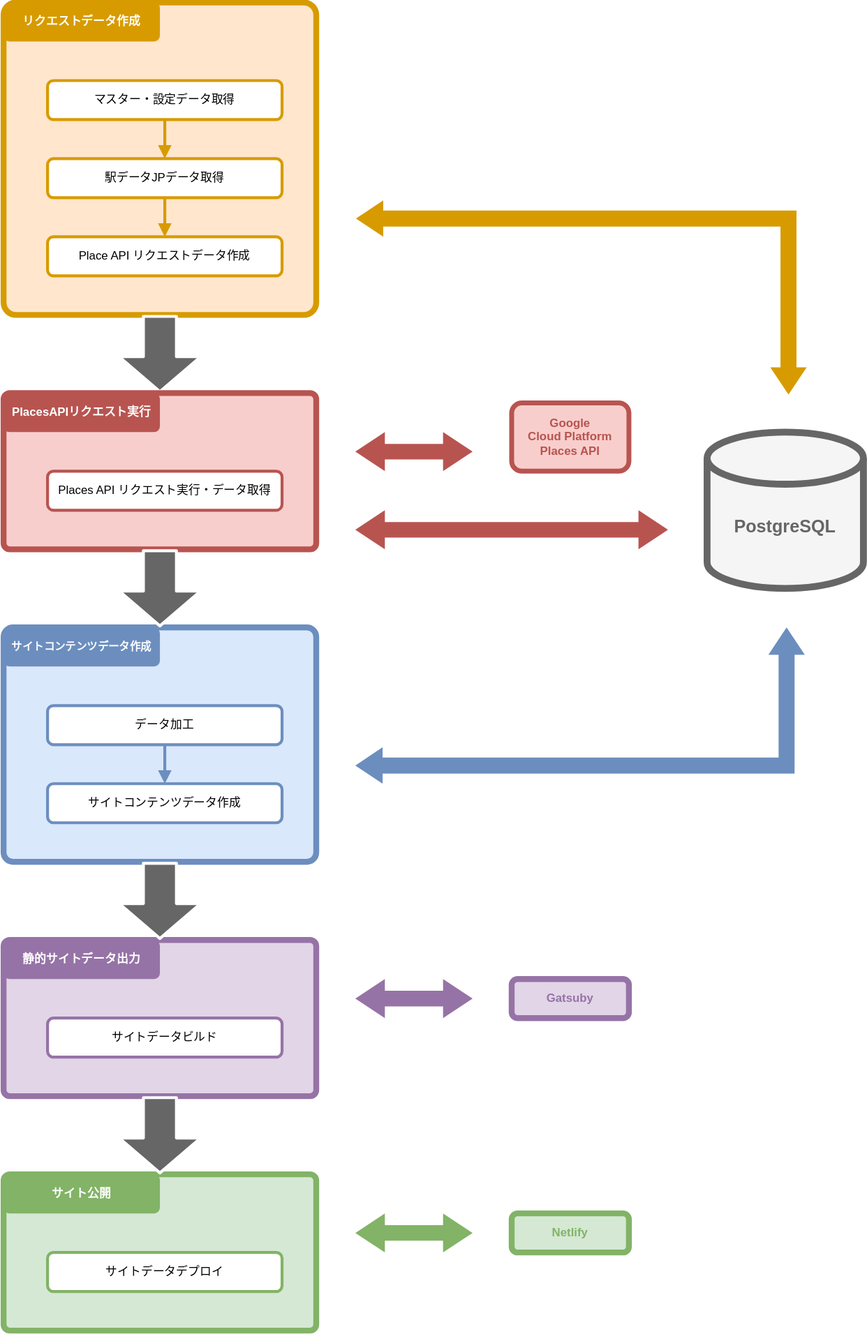
The draw.io diagram doc/201_設計/01510101_全体設計イメージ.drawio.svg in take4bcreators/cafe-train-prj, before a commit. Source tidied: cells renumbered, new cells last; positions are measured from the earlier drawing's top-left corner, leaving out a move shared by most shapes.
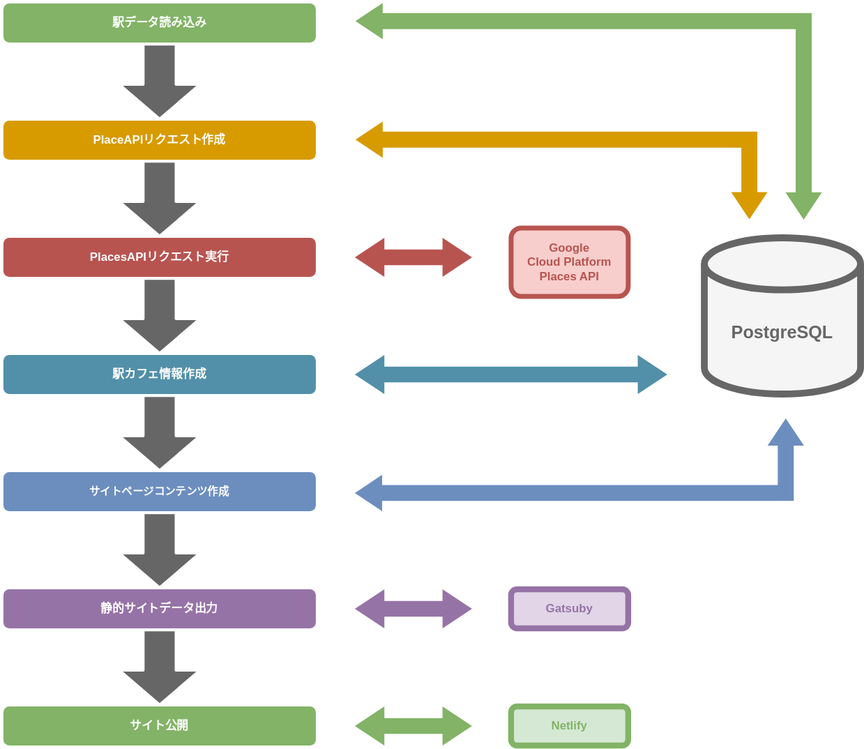
Above is the later version.

Commit message:
全体イメージ修正 #36

What changed in the source:
```diff
@@ -2,112 +2,77 @@
   <root>
     <mxCell id="0" />
     <mxCell id="1" parent="0" />
-    <mxCell id="2" style="rounded=1;whiteSpace=wrap;html=1;fillColor=#ffe6cc;strokeColor=#d79b00;strokeWidth=6;arcSize=4;" parent="1" vertex="1">
-      <mxGeometry width="320" height="320" as="geometry" />
-    </mxCell>
-    <mxCell id="3" value="マスター・設定データ取得" style="rounded=1;whiteSpace=wrap;html=1;fillColor=#FFFFFF;strokeColor=#D79B00;strokeWidth=3;" parent="1" vertex="1">
-      <mxGeometry x="45" y="80" width="240" height="40" as="geometry" />
-    </mxCell>
-    <mxCell id="4" value="リクエストデータ作成" style="rounded=1;whiteSpace=wrap;html=1;fillColor=#D79B00;strokeColor=none;strokeWidth=6;fontStyle=1;fontColor=#FFFFFF;" parent="1" vertex="1">
-      <mxGeometry width="160" height="40" as="geometry" />
+    <mxCell id="4" value="PlaceAPIリクエスト作成" style="rounded=1;whiteSpace=wrap;html=1;fillColor=#D79B00;strokeColor=none;strokeWidth=6;fontStyle=1;fontColor=#FFFFFF;" parent="1" vertex="1">
+      <mxGeometry y="280" width="320" height="40" as="geometry" />
     </mxCell>
-    <mxCell id="5" style="edgeStyle=none;html=1;exitX=0.5;exitY=1;exitDx=0;exitDy=0;fontColor=#FFFFFF;endArrow=block;endFill=1;strokeColor=#D79B00;strokeWidth=3;" parent="1" edge="1" source="6" target="7">
-      <mxGeometry relative="1" as="geometry" />
-    </mxCell>
-    <mxCell id="6" value="駅データJPデータ取得" style="rounded=1;whiteSpace=wrap;html=1;fillColor=#FFFFFF;strokeColor=#D79B00;strokeWidth=3;" parent="1" vertex="1">
-      <mxGeometry x="45" y="160" width="240" height="40" as="geometry" />
-    </mxCell>
-    <mxCell id="7" value="Place API リクエストデータ作成" style="rounded=1;whiteSpace=wrap;html=1;fillColor=#FFFFFF;strokeColor=#D79B00;strokeWidth=3;" parent="1" vertex="1">
-      <mxGeometry x="45" y="240" width="240" height="40" as="geometry" />
-    </mxCell>
-    <mxCell id="8" style="rounded=1;whiteSpace=wrap;html=1;fillColor=#e1d5e7;strokeColor=#9673a6;strokeWidth=6;arcSize=4;" parent="1" vertex="1">
-      <mxGeometry y="960" width="320" height="160" as="geometry" />
-    </mxCell>
     <mxCell id="9" value="静的サイトデータ出力" style="rounded=1;whiteSpace=wrap;html=1;fillColor=#9673A6;strokeColor=none;strokeWidth=6;fontStyle=1;fontColor=#FFFFFF;" parent="1" vertex="1">
-      <mxGeometry y="960" width="160" height="40" as="geometry" />
+      <mxGeometry y="760" width="320" height="40" as="geometry" />
     </mxCell>
-    <mxCell id="10" style="endArrow=block;html=1;fontColor=#FFFFFF;strokeColor=#D79B00;strokeWidth=3;endFill=1;exitX=0.5;exitY=1;exitDx=0;exitDy=0;entryX=0.5;entryY=0;entryDx=0;entryDy=0;" parent="1" edge="1" source="3" target="6">
-      <mxGeometry relative="1" as="geometry" />
-    </mxCell>
-    <mxCell id="11" value="サイトデータビルド" style="rounded=1;whiteSpace=wrap;html=1;fillColor=#FFFFFF;strokeColor=#9673a6;strokeWidth=3;" parent="1" vertex="1">
-      <mxGeometry x="45" y="1040" width="240" height="40" as="geometry" />
-    </mxCell>
-    <mxCell id="12" style="shape=flexArrow;endArrow=classic;html=1;fontColor=#FFFFFF;strokeColor=#FFFFFF;strokeWidth=3;width=31.818181818181817;endSize=10.909090909090908;endWidth=46.52892561983471;fillColor=#666666;exitX=0.5;exitY=1;exitDx=0;exitDy=0;entryX=0.5;entryY=0;entryDx=0;entryDy=0;" parent="1" edge="1" source="2" target="17">
+    <mxCell id="12" style="shape=flexArrow;endArrow=classic;html=1;fontColor=#FFFFFF;strokeColor=#FFFFFF;strokeWidth=3;width=31.818181818181817;endSize=10.909090909090908;endWidth=46.52892561983471;fillColor=#666666;" parent="1" edge="1" source="4" target="19">
       <mxGeometry relative="1" as="geometry" />
     </mxCell>
-    <mxCell id="13" style="rounded=1;whiteSpace=wrap;html=1;fillColor=#d5e8d4;strokeColor=#82b366;strokeWidth=6;arcSize=4;" parent="1" vertex="1">
-      <mxGeometry y="1200" width="320" height="160" as="geometry" />
-    </mxCell>
     <mxCell id="14" value="サイト公開" style="rounded=1;whiteSpace=wrap;html=1;fillColor=#82B366;strokeColor=none;strokeWidth=6;fontStyle=1;fontColor=#FFFFFF;" parent="1" vertex="1">
-      <mxGeometry y="1200" width="160" height="40" as="geometry" />
+      <mxGeometry y="880" width="320" height="40" as="geometry" />
     </mxCell>
-    <mxCell id="15" value="サイトデータデプロイ" style="rounded=1;whiteSpace=wrap;html=1;fillColor=#FFFFFF;strokeColor=#82b366;strokeWidth=3;" parent="1" vertex="1">
-      <mxGeometry x="45" y="1280" width="240" height="40" as="geometry" />
-    </mxCell>
-    <mxCell id="16" style="shape=flexArrow;endArrow=classic;html=1;fontColor=#FFFFFF;strokeColor=#FFFFFF;strokeWidth=3;exitX=0.5;exitY=1;exitDx=0;exitDy=0;entryX=0.5;entryY=0;entryDx=0;entryDy=0;width=31.818181818181817;endSize=10.909090909090908;endWidth=46.52892561983471;fillColor=#666666;" parent="1" edge="1" source="8" target="13">
+    <mxCell id="16" style="shape=flexArrow;endArrow=classic;html=1;fontColor=#FFFFFF;strokeColor=#FFFFFF;strokeWidth=3;width=31.818181818181817;endSize=10.909090909090908;endWidth=46.52892561983471;fillColor=#666666;" parent="1" edge="1" source="9" target="14">
       <mxGeometry relative="1" as="geometry" />
     </mxCell>
-    <mxCell id="17" style="rounded=1;whiteSpace=wrap;html=1;fillColor=#f8cecc;strokeColor=#b85450;strokeWidth=6;arcSize=4;" parent="1" vertex="1">
-      <mxGeometry y="400" width="320" height="160" as="geometry" />
-    </mxCell>
-    <mxCell id="18" value="Places API リクエスト実行・データ取得" style="rounded=1;whiteSpace=wrap;html=1;fillColor=#FFFFFF;strokeColor=#B85450;strokeWidth=3;" parent="1" vertex="1">
-      <mxGeometry x="45" y="480" width="240" height="40" as="geometry" />
-    </mxCell>
     <mxCell id="19" value="PlacesAPIリクエスト実行" style="rounded=1;whiteSpace=wrap;html=1;fillColor=#B85450;strokeColor=none;strokeWidth=6;fontStyle=1;fontColor=#FFFFFF;" parent="1" vertex="1">
-      <mxGeometry y="400" width="160" height="40" as="geometry" />
+      <mxGeometry y="400" width="320" height="40" as="geometry" />
     </mxCell>
-    <mxCell id="20" style="rounded=1;whiteSpace=wrap;html=1;fillColor=#dae8fc;strokeColor=#6c8ebf;strokeWidth=6;arcSize=4;" parent="1" vertex="1">
-      <mxGeometry y="640" width="320" height="240" as="geometry" />
-    </mxCell>
-    <mxCell id="21" value="データ加工" style="rounded=1;whiteSpace=wrap;html=1;fillColor=#FFFFFF;strokeColor=#6c8ebf;strokeWidth=3;" parent="1" vertex="1">
-      <mxGeometry x="45" y="720" width="240" height="40" as="geometry" />
-    </mxCell>
-    <mxCell id="22" value="サイトコンテンツデータ作成" style="rounded=1;whiteSpace=wrap;html=1;fillColor=#6C8EBF;strokeColor=none;strokeWidth=6;fontColor=#FFFFFF;fontStyle=1;fontSize=11;" parent="1" vertex="1">
-      <mxGeometry y="640" width="160" height="40" as="geometry" />
+    <mxCell id="22" value="サイトページコンテンツ作成" style="rounded=1;whiteSpace=wrap;html=1;fillColor=#6C8EBF;strokeColor=none;strokeWidth=6;fontColor=#FFFFFF;fontStyle=1;fontSize=11;" parent="1" vertex="1">
+      <mxGeometry y="640" width="320" height="40" as="geometry" />
     </mxCell>
-    <mxCell id="23" style="edgeStyle=none;html=1;fontColor=#FFFFFF;endArrow=block;endFill=1;strokeColor=#6C8EBF;strokeWidth=3;" parent="1" edge="1" target="24">
-      <mxGeometry relative="1" as="geometry">
-        <mxPoint x="165" y="760" as="sourcePoint" />
-      </mxGeometry>
-    </mxCell>
-    <mxCell id="24" value="サイトコンテンツデータ作成" style="rounded=1;whiteSpace=wrap;html=1;fillColor=#FFFFFF;strokeColor=#6c8ebf;strokeWidth=3;" parent="1" vertex="1">
-      <mxGeometry x="45" y="800" width="240" height="40" as="geometry" />
-    </mxCell>
-    <mxCell id="25" style="shape=flexArrow;endArrow=classic;html=1;fontColor=#FFFFFF;strokeColor=#FFFFFF;strokeWidth=3;width=31.818181818181817;endSize=10.909090909090908;endWidth=46.52892561983471;fillColor=#666666;exitX=0.5;exitY=1;exitDx=0;exitDy=0;entryX=0.5;entryY=0;entryDx=0;entryDy=0;" parent="1" edge="1" source="17" target="20">
+    <mxCell id="25" style="shape=flexArrow;endArrow=classic;html=1;fontColor=#FFFFFF;strokeColor=#FFFFFF;strokeWidth=3;width=31.818181818181817;endSize=10.909090909090908;endWidth=46.52892561983471;fillColor=#666666;" parent="1" edge="1" source="19" target="39">
       <mxGeometry relative="1" as="geometry" />
     </mxCell>
-    <mxCell id="26" style="shape=flexArrow;endArrow=classic;html=1;fontColor=#FFFFFF;strokeColor=#FFFFFF;strokeWidth=3;width=31.818181818181817;endSize=10.909090909090908;endWidth=46.52892561983471;fillColor=#666666;exitX=0.5;exitY=1;exitDx=0;exitDy=0;entryX=0.5;entryY=0;entryDx=0;entryDy=0;" parent="1" edge="1" source="20" target="8">
+    <mxCell id="26" style="shape=flexArrow;endArrow=classic;html=1;fontColor=#FFFFFF;strokeColor=#FFFFFF;strokeWidth=3;width=31.818181818181817;endSize=10.909090909090908;endWidth=46.52892561983471;fillColor=#666666;" parent="1" edge="1" source="22" target="9">
       <mxGeometry relative="1" as="geometry" />
     </mxCell>
     <mxCell id="27" style="html=1;shadow=0;dashed=0;align=center;verticalAlign=middle;shape=mxgraph.arrows2.twoWayArrow;dy=0.6;dx=30.22;fontSize=16;strokeWidth=5;fillColor=#9673A6;strokeColor=none;" parent="1" vertex="1">
-      <mxGeometry x="360" y="1000" width="120" height="40" as="geometry" />
+      <mxGeometry x="360" y="760" width="120" height="40" as="geometry" />
     </mxCell>
     <mxCell id="28" value="Gatsuby" style="rounded=1;whiteSpace=wrap;html=1;fillColor=#e1d5e7;strokeColor=#9673a6;strokeWidth=6;fontStyle=1;fontColor=#9673A6;" parent="1" vertex="1">
-      <mxGeometry x="520" y="1000" width="120" height="40" as="geometry" />
+      <mxGeometry x="520" y="760" width="120" height="40" as="geometry" />
     </mxCell>
     <mxCell id="29" style="html=1;shadow=0;dashed=0;align=center;verticalAlign=middle;shape=mxgraph.arrows2.twoWayArrow;dy=0.6;dx=30.22;fontSize=16;strokeWidth=5;fillColor=#82B366;strokeColor=none;" parent="1" vertex="1">
-      <mxGeometry x="360" y="1240" width="120" height="40" as="geometry" />
+      <mxGeometry x="360" y="880" width="120" height="40" as="geometry" />
     </mxCell>
     <mxCell id="30" value="Netlify" style="rounded=1;whiteSpace=wrap;html=1;fillColor=#d5e8d4;strokeColor=#82b366;strokeWidth=6;fontStyle=1;fontColor=#82B366;" parent="1" vertex="1">
-      <mxGeometry x="520" y="1240" width="120" height="40" as="geometry" />
+      <mxGeometry x="520" y="880" width="120" height="40" as="geometry" />
     </mxCell>
     <mxCell id="31" style="html=1;shadow=0;dashed=0;align=center;verticalAlign=middle;shape=mxgraph.arrows2.twoWayArrow;dy=0.6;dx=30.22;fontSize=16;strokeWidth=5;fillColor=#B85450;strokeColor=none;" parent="1" vertex="1">
-      <mxGeometry x="360" y="440" width="120" height="40" as="geometry" />
+      <mxGeometry x="360" y="400" width="120" height="40" as="geometry" />
     </mxCell>
     <mxCell id="32" value="&lt;span&gt;Google&lt;br&gt;Cloud Platform&lt;/span&gt;&lt;br&gt;&lt;span&gt;Places API&lt;/span&gt;" style="rounded=1;whiteSpace=wrap;html=1;fillColor=#f8cecc;strokeColor=#b85450;strokeWidth=5;fontStyle=1;fontColor=#B85450;" parent="1" vertex="1">
-      <mxGeometry x="520" y="410" width="120" height="70" as="geometry" />
+      <mxGeometry x="520" y="390" width="120" height="70" as="geometry" />
     </mxCell>
     <mxCell id="33" value="&lt;span style=&quot;font-size: 18px;&quot;&gt;&lt;font style=&quot;font-size: 18px;&quot;&gt;PostgreSQL&lt;/font&gt;&lt;/span&gt;" style="strokeWidth=7;html=1;shape=mxgraph.flowchart.database;whiteSpace=wrap;fontSize=18;fillColor=#f5f5f5;strokeColor=#666666;verticalAlign=middle;spacingBottom=0;spacingTop=33;fontColor=#666666;fontStyle=1;" parent="1" vertex="1">
-      <mxGeometry x="720" y="440" width="160" height="160" as="geometry" />
+      <mxGeometry x="718" y="400" width="160" height="160" as="geometry" />
     </mxCell>
     <mxCell id="34" style="html=1;shadow=0;dashed=0;align=center;verticalAlign=middle;shape=mxgraph.arrows2.bendDoubleArrow;dy=8.18;dx=27.91;arrowHead=37.27;rounded=0;fontSize=16;fontColor=#B85450;strokeColor=none;strokeWidth=5;fillColor=#6C8EBF;rotation=-180;" parent="1" vertex="1">
-      <mxGeometry x="360" y="640" width="460" height="160" as="geometry" />
+      <mxGeometry x="360" y="585" width="460" height="95" as="geometry" />
     </mxCell>
     <mxCell id="35" style="html=1;shadow=0;dashed=0;align=center;verticalAlign=middle;shape=mxgraph.arrows2.bendDoubleArrow;dy=8.18;dx=27.91;arrowHead=37.27;rounded=0;fontSize=16;fontColor=#B85450;strokeColor=none;strokeWidth=5;fillColor=#D79B00;rotation=90;" parent="1" vertex="1">
-      <mxGeometry x="491.9" y="71.4" width="198.8" height="461.3" as="geometry" />
+      <mxGeometry x="521.5" y="119.9" width="100.3" height="422.1" as="geometry" />
     </mxCell>
-    <mxCell id="36" style="html=1;shadow=0;dashed=0;align=center;verticalAlign=middle;shape=mxgraph.arrows2.twoWayArrow;dy=0.6;dx=30.22;fontSize=16;strokeWidth=5;fillColor=#B85450;strokeColor=none;" parent="1" vertex="1">
+    <mxCell id="36" style="html=1;shadow=0;dashed=0;align=center;verticalAlign=middle;shape=mxgraph.arrows2.twoWayArrow;dy=0.6;dx=30.22;fontSize=16;strokeWidth=5;fillColor=#528FA8;strokeColor=none;" parent="1" vertex="1">
       <mxGeometry x="360" y="520" width="320" height="40" as="geometry" />
     </mxCell>
+    <mxCell id="37" value="駅データ読み込み" style="rounded=1;whiteSpace=wrap;html=1;fillColor=#82B366;strokeColor=none;strokeWidth=6;fontStyle=1;fontColor=#FFFFFF;" parent="1" vertex="1">
+      <mxGeometry y="160" width="320" height="40" as="geometry" />
+    </mxCell>
+    <mxCell id="38" style="shape=flexArrow;endArrow=classic;html=1;fontColor=#FFFFFF;strokeColor=#FFFFFF;strokeWidth=3;width=31.818181818181817;endSize=10.909090909090908;endWidth=46.52892561983471;fillColor=#666666;" parent="1" edge="1" source="37" target="4">
+      <mxGeometry relative="1" as="geometry" />
+    </mxCell>
+    <mxCell id="39" value="駅カフェ情報作成" style="rounded=1;whiteSpace=wrap;html=1;fillColor=#528FA8;strokeColor=none;strokeWidth=6;fontStyle=1;fontColor=#FFFFFF;" parent="1" vertex="1">
+      <mxGeometry y="520" width="320" height="40" as="geometry" />
+    </mxCell>
+    <mxCell id="40" style="shape=flexArrow;endArrow=classic;html=1;fontColor=#FFFFFF;strokeColor=#FFFFFF;strokeWidth=3;width=31.818181818181817;endSize=10.909090909090908;endWidth=46.52892561983471;fillColor=#666666;" parent="1" edge="1" source="39" target="22">
+      <mxGeometry relative="1" as="geometry" />
+    </mxCell>
+    <mxCell id="41" style="html=1;shadow=0;dashed=0;align=center;verticalAlign=middle;shape=mxgraph.arrows2.bendDoubleArrow;dy=8.18;dx=27.91;arrowHead=37.27;rounded=0;fontSize=16;fontColor=#B85450;strokeColor=none;strokeWidth=5;fillColor=#82B366;rotation=90;" parent="1" vertex="1">
+      <mxGeometry x="488.5" y="31.5" width="222" height="477.8" as="geometry" />
+    </mxCell>
   </root>
 </mxGraphModel>
```
